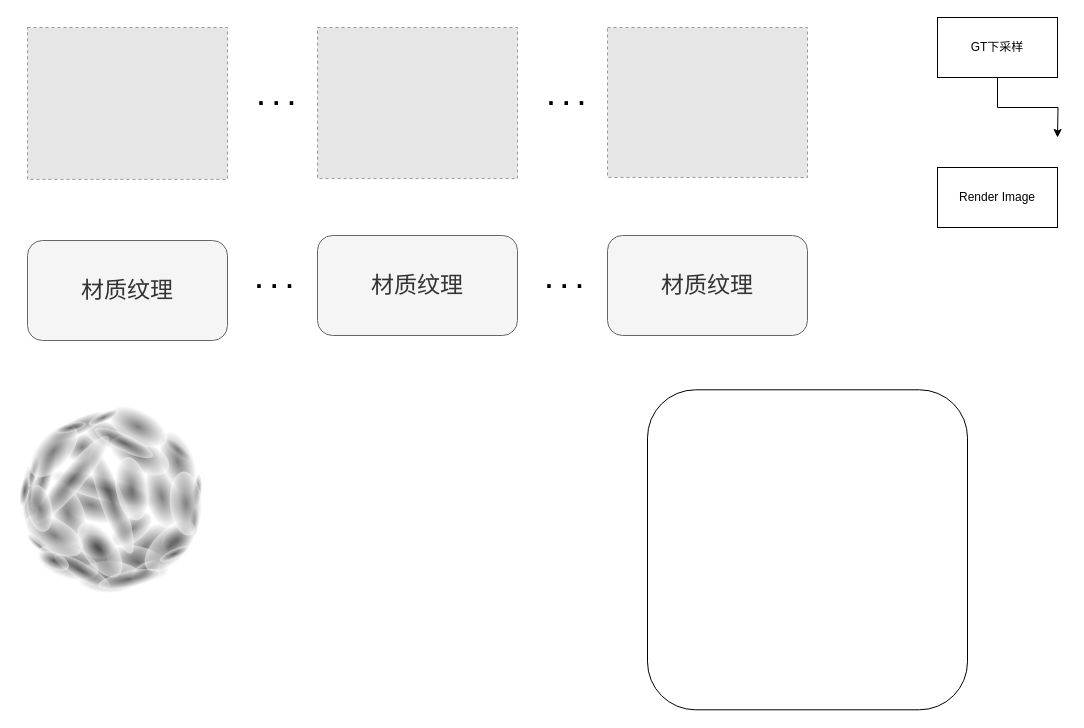
Earlier version of the draw.io diagram mid-term/预训练环境纹理与渐进式训练.drawio (thEu-suisei/draw_io). Source tidied: cells renumbered, new cells numbered last; positions are measured from the earlier drawing's top-left corner, leaving out a move shared by most shapes. Both pictures are drawn from the tidied source at 100%, with x=0, y=0 at pixel (11, 17). Pictures stored in the file or linked from it are replaced by grey dashed boxes.
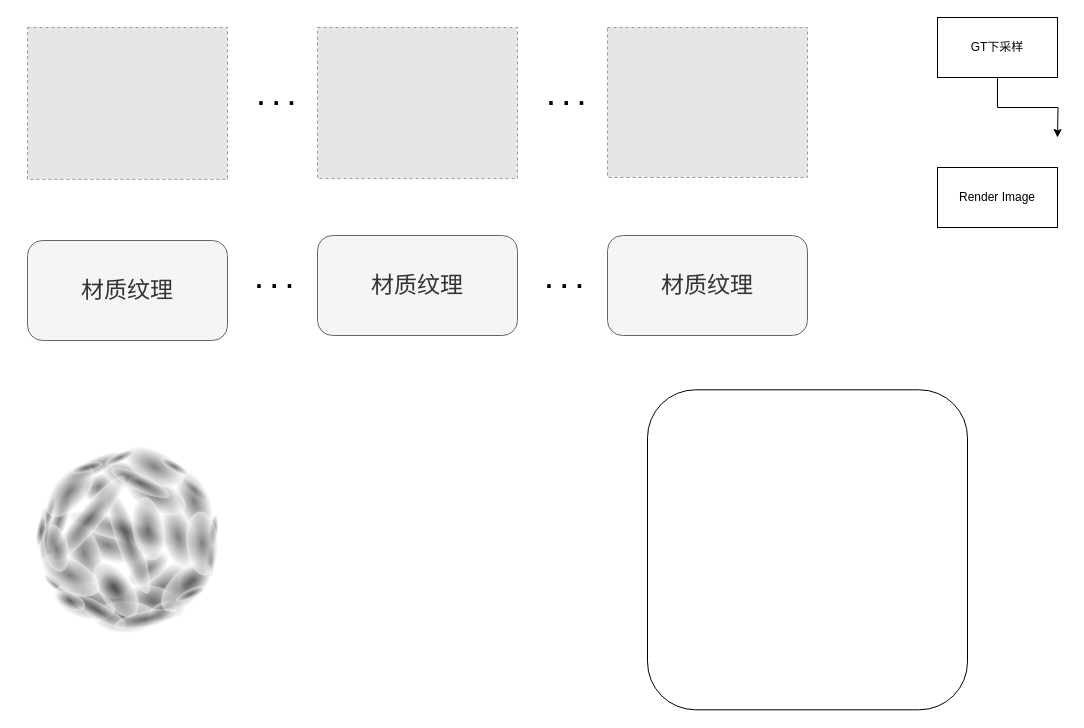
The same page after the edit.

Commit message (it also covers changes not shown here):
更新预训练环境纹理与渐进式训练.drawio

The edit, as a diff of the source:
```diff
@@
+    <mxCell id="59" style="group;" parent="1" vertex="1">
+      <mxGeometry x="22.4" y="420" width="187.1" height="196.5" as="geometry" />
+    </mxCell>
-    <mxCell id="16" style="ellipse;whiteSpace=wrap;html=1;gradientColor=#FFFFFF;gradientDirection=radial;fillColor=#000000;strokeColor=none;rotation=53;opacity=50;" parent="1" vertex="1">
-      <mxGeometry x="118.4" y="496.8" width="32" height="64" as="geometry" />
+    <mxCell id="16" style="ellipse;whiteSpace=wrap;html=1;gradientColor=#FFFFFF;gradientDirection=radial;fillColor=#000000;strokeColor=none;rotation=53;opacity=50;" parent="59" vertex="1">
+      <mxGeometry x="112.4" y="116.8" width="32" height="64" as="geometry" />
     </mxCell>
-    <mxCell id="17" style="ellipse;whiteSpace=wrap;html=1;gradientColor=#FFFFFF;gradientDirection=radial;fillColor=#000000;strokeColor=none;rotation=110;opacity=50;" parent="1" vertex="1">
-      <mxGeometry x="63.6" y="455.5" width="32" height="64" as="geometry" />
+    <mxCell id="17" style="ellipse;whiteSpace=wrap;html=1;gradientColor=#FFFFFF;gradientDirection=radial;fillColor=#000000;strokeColor=none;rotation=110;opacity=50;" parent="59" vertex="1">
+      <mxGeometry x="57.6" y="75.5" width="32" height="64" as="geometry" />
     </mxCell>
-    <mxCell id="18" style="ellipse;whiteSpace=wrap;html=1;gradientColor=#FFFFFF;gradientDirection=radial;fillColor=#000000;strokeColor=none;rotation=105;opacity=50;" parent="1" vertex="1">
-      <mxGeometry x="63.6" y="511.4" width="32" height="64" as="geometry" />
+    <mxCell id="18" style="ellipse;whiteSpace=wrap;html=1;gradientColor=#FFFFFF;gradientDirection=radial;fillColor=#000000;strokeColor=none;rotation=105;opacity=50;" parent="59" vertex="1">
+      <mxGeometry x="57.6" y="131.4" width="32" height="64" as="geometry" />
     </mxCell>
-    <mxCell id="19" style="ellipse;whiteSpace=wrap;html=1;gradientColor=#FFFFFF;gradientDirection=radial;fillColor=#000000;strokeColor=none;rotation=105;opacity=50;" parent="1" vertex="1">
-      <mxGeometry x="110.4" y="513" width="32" height="64" as="geometry" />
+    <mxCell id="19" style="ellipse;whiteSpace=wrap;html=1;gradientColor=#FFFFFF;gradientDirection=radial;fillColor=#000000;strokeColor=none;rotation=105;opacity=50;" parent="59" vertex="1">
+      <mxGeometry x="104.4" y="133" width="32" height="64" as="geometry" />
     </mxCell>
-    <mxCell id="20" style="ellipse;whiteSpace=wrap;html=1;gradientColor=#FFFFFF;gradientDirection=radial;fillColor=#000000;strokeColor=none;rotation=105;opacity=50;" parent="1" vertex="1">
-      <mxGeometry x="81.2" y="415.6" width="23.2" height="112" as="geometry" />
+    <mxCell id="20" style="ellipse;whiteSpace=wrap;html=1;gradientColor=#FFFFFF;gradientDirection=radial;fillColor=#000000;strokeColor=none;rotation=105;opacity=50;" parent="59" vertex="1">
+      <mxGeometry x="75.2" y="35.6" width="23.2" height="112" as="geometry" />
     </mxCell>
-    <mxCell id="21" style="ellipse;whiteSpace=wrap;html=1;gradientColor=#FFFFFF;gradientDirection=radial;fillColor=#000000;strokeColor=none;rotation=53;opacity=50;" parent="1" vertex="1">
-      <mxGeometry x="108" y="487.6" width="24.8" height="48.1" as="geometry" />
+    <mxCell id="21" style="ellipse;whiteSpace=wrap;html=1;gradientColor=#FFFFFF;gradientDirection=radial;fillColor=#000000;strokeColor=none;rotation=53;opacity=50;" parent="59" vertex="1">
+      <mxGeometry x="102" y="107.6" width="24.8" height="48.1" as="geometry" />
     </mxCell>
-    <mxCell id="22" style="ellipse;whiteSpace=wrap;html=1;gradientColor=#FFFFFF;gradientDirection=radial;fillColor=#000000;strokeColor=none;rotation=53;opacity=50;" parent="1" vertex="1">
-      <mxGeometry x="58.4" y="412.4" width="24.2" height="34.4" as="geometry" />
+    <mxCell id="22" style="ellipse;whiteSpace=wrap;html=1;gradientColor=#FFFFFF;gradientDirection=radial;fillColor=#000000;strokeColor=none;rotation=53;opacity=50;" parent="59" vertex="1">
+      <mxGeometry x="52.4" y="32.4" width="24.2" height="34.4" as="geometry" />
     </mxCell>
-    <mxCell id="23" style="ellipse;whiteSpace=wrap;html=1;gradientColor=#FFFFFF;gradientDirection=radial;fillColor=#000000;strokeColor=none;rotation=-90;opacity=50;" parent="1" vertex="1">
-      <mxGeometry x="81.2" y="527.6" width="32" height="64" as="geometry" />
+    <mxCell id="23" style="ellipse;whiteSpace=wrap;html=1;gradientColor=#FFFFFF;gradientDirection=radial;fillColor=#000000;strokeColor=none;rotation=-90;opacity=50;" parent="59" vertex="1">
+      <mxGeometry x="75.2" y="147.6" width="32" height="64" as="geometry" />
     </mxCell>
-    <mxCell id="24" style="ellipse;whiteSpace=wrap;html=1;gradientColor=#FFFFFF;gradientDirection=radial;fillColor=#000000;strokeColor=none;rotation=0;opacity=50;" parent="1" vertex="1">
-      <mxGeometry x="10.4" y="447.4" width="16" height="64" as="geometry" />
+    <mxCell id="24" style="ellipse;whiteSpace=wrap;html=1;gradientColor=#FFFFFF;gradientDirection=radial;fillColor=#000000;strokeColor=none;rotation=0;opacity=50;" parent="59" vertex="1">
+      <mxGeometry x="4.4" y="67.4" width="16" height="64" as="geometry" />
     </mxCell>
-    <mxCell id="25" style="ellipse;whiteSpace=wrap;html=1;gradientColor=#FFFFFF;gradientDirection=radial;fillColor=#000000;strokeColor=none;rotation=60;opacity=50;" parent="1" vertex="1">
-      <mxGeometry x="126.4" y="537.5" width="16" height="32.1" as="geometry" />
+    <mxCell id="25" style="ellipse;whiteSpace=wrap;html=1;gradientColor=#FFFFFF;gradientDirection=radial;fillColor=#000000;strokeColor=none;rotation=60;opacity=50;" parent="59" vertex="1">
+      <mxGeometry x="120.4" y="157.5" width="16" height="32.1" as="geometry" />
     </mxCell>
-    <mxCell id="26" style="ellipse;whiteSpace=wrap;html=1;gradientColor=#FFFFFF;gradientDirection=radial;fillColor=#000000;strokeColor=none;rotation=130;opacity=50;" parent="1" vertex="1">
-      <mxGeometry x="162" y="415.8" width="8.8" height="31.9" as="geometry" />
+    <mxCell id="26" style="ellipse;whiteSpace=wrap;html=1;gradientColor=#FFFFFF;gradientDirection=radial;fillColor=#000000;strokeColor=none;rotation=130;opacity=50;" parent="59" vertex="1">
+      <mxGeometry x="156" y="35.8" width="8.8" height="31.9" as="geometry" />
     </mxCell>
-    <mxCell id="27" style="ellipse;whiteSpace=wrap;html=1;gradientColor=#FFFFFF;gradientDirection=radial;fillColor=#000000;strokeColor=none;rotation=130;opacity=50;" parent="1" vertex="1">
-      <mxGeometry x="23.6" y="511.4" width="8.8" height="31.9" as="geometry" />
+    <mxCell id="27" style="ellipse;whiteSpace=wrap;html=1;gradientColor=#FFFFFF;gradientDirection=radial;fillColor=#000000;strokeColor=none;rotation=130;opacity=50;" parent="59" vertex="1">
+      <mxGeometry x="17.6" y="131.4" width="8.8" height="31.9" as="geometry" />
     </mxCell>
-    <mxCell id="28" style="ellipse;whiteSpace=wrap;html=1;gradientColor=#FFFFFF;gradientDirection=radial;fillColor=#000000;strokeColor=none;rotation=108;opacity=50;" parent="1" vertex="1">
-      <mxGeometry x="40.4" y="512.7" width="32" height="64" as="geometry" />
+    <mxCell id="28" style="ellipse;whiteSpace=wrap;html=1;gradientColor=#FFFFFF;gradientDirection=radial;fillColor=#000000;strokeColor=none;rotation=108;opacity=50;" parent="59" vertex="1">
+      <mxGeometry x="34.4" y="132.7" width="32" height="64" as="geometry" />
     </mxCell>
-    <mxCell id="29" style="ellipse;whiteSpace=wrap;html=1;gradientColor=#FFFFFF;gradientDirection=radial;fillColor=#000000;strokeColor=none;rotation=165;opacity=50;" parent="1" vertex="1">
-      <mxGeometry x="134.4" y="447.4" width="32" height="64" as="geometry" />
+    <mxCell id="29" style="ellipse;whiteSpace=wrap;html=1;gradientColor=#FFFFFF;gradientDirection=radial;fillColor=#000000;strokeColor=none;rotation=165;opacity=50;" parent="59" vertex="1">
+      <mxGeometry x="128.4" y="67.4" width="32" height="64" as="geometry" />
     </mxCell>
-    <mxCell id="30" style="ellipse;whiteSpace=wrap;html=1;gradientColor=#FFFFFF;gradientDirection=radial;fillColor=#000000;strokeColor=none;rotation=160;opacity=50;" parent="1" vertex="1">
-      <mxGeometry x="40.4" y="463.6" width="32" height="64" as="geometry" />
+    <mxCell id="30" style="ellipse;whiteSpace=wrap;html=1;gradientColor=#FFFFFF;gradientDirection=radial;fillColor=#000000;strokeColor=none;rotation=160;opacity=50;" parent="59" vertex="1">
+      <mxGeometry x="34.4" y="83.6" width="32" height="64" as="geometry" />
     </mxCell>
-    <mxCell id="31" style="ellipse;whiteSpace=wrap;html=1;gradientColor=#FFFFFF;gradientDirection=radial;fillColor=#000000;strokeColor=none;rotation=108;opacity=50;" parent="1" vertex="1">
-      <mxGeometry x="-0.4" y="453.8" width="64" height="16.1" as="geometry" />
+    <mxCell id="31" style="ellipse;whiteSpace=wrap;html=1;gradientColor=#FFFFFF;gradientDirection=radial;fillColor=#000000;strokeColor=none;rotation=108;opacity=50;" parent="59" vertex="1">
+      <mxGeometry x="-6.4" y="73.8" width="64" height="16.1" as="geometry" />
     </mxCell>
-    <mxCell id="32" style="ellipse;whiteSpace=wrap;html=1;gradientColor=#FFFFFF;gradientDirection=radial;fillColor=#000000;strokeColor=none;rotation=160;opacity=50;" parent="1" vertex="1">
-      <mxGeometry x="150.4" y="412.4" width="32" height="64" as="geometry" />
+    <mxCell id="32" style="ellipse;whiteSpace=wrap;html=1;gradientColor=#FFFFFF;gradientDirection=radial;fillColor=#000000;strokeColor=none;rotation=160;opacity=50;" parent="59" vertex="1">
+      <mxGeometry x="144.4" y="32.4" width="32" height="64" as="geometry" />
     </mxCell>
-    <mxCell id="33" style="ellipse;whiteSpace=wrap;html=1;gradientColor=#FFFFFF;gradientDirection=radial;fillColor=#000000;strokeColor=none;rotation=160;opacity=50;" parent="1" vertex="1">
-      <mxGeometry x="88.8" y="427.3" width="23.2" height="112" as="geometry" />
+    <mxCell id="33" style="ellipse;whiteSpace=wrap;html=1;gradientColor=#FFFFFF;gradientDirection=radial;fillColor=#000000;strokeColor=none;rotation=160;opacity=50;" parent="59" vertex="1">
+      <mxGeometry x="82.8" y="47.3" width="23.2" height="112" as="geometry" />
     </mxCell>
-    <mxCell id="34" style="ellipse;whiteSpace=wrap;html=1;gradientColor=#FFFFFF;gradientDirection=radial;fillColor=#000000;strokeColor=none;rotation=108;opacity=50;" parent="1" vertex="1">
-      <mxGeometry x="84.8" y="393.3" width="24.8" height="48.1" as="geometry" />
+    <mxCell id="34" style="ellipse;whiteSpace=wrap;html=1;gradientColor=#FFFFFF;gradientDirection=radial;fillColor=#000000;strokeColor=none;rotation=108;opacity=50;" parent="59" vertex="1">
+      <mxGeometry x="78.8" y="13.3" width="24.8" height="48.1" as="geometry" />
     </mxCell>
-    <mxCell id="35" style="ellipse;whiteSpace=wrap;html=1;gradientColor=#FFFFFF;gradientDirection=radial;fillColor=#000000;strokeColor=none;rotation=108;opacity=50;" parent="1" vertex="1">
-      <mxGeometry x="72.4" y="511.4" width="24.2" height="34.4" as="geometry" />
+    <mxCell id="35" style="ellipse;whiteSpace=wrap;html=1;gradientColor=#FFFFFF;gradientDirection=radial;fillColor=#000000;strokeColor=none;rotation=108;opacity=50;" parent="59" vertex="1">
+      <mxGeometry x="66.4" y="131.4" width="24.2" height="34.4" as="geometry" />
     </mxCell>
-    <mxCell id="36" style="ellipse;whiteSpace=wrap;html=1;gradientColor=#FFFFFF;gradientDirection=radial;fillColor=#000000;strokeColor=none;rotation=-35;opacity=50;" parent="1" vertex="1">
-      <mxGeometry x="72.4" y="500.3" width="32" height="64" as="geometry" />
+    <mxCell id="36" style="ellipse;whiteSpace=wrap;html=1;gradientColor=#FFFFFF;gradientDirection=radial;fillColor=#000000;strokeColor=none;rotation=-35;opacity=50;" parent="59" vertex="1">
+      <mxGeometry x="66.4" y="120.3" width="32" height="64" as="geometry" />
     </mxCell>
-    <mxCell id="37" style="ellipse;whiteSpace=wrap;html=1;gradientColor=#FFFFFF;gradientDirection=radial;fillColor=#000000;strokeColor=none;rotation=-60;opacity=50;" parent="1" vertex="1">
-      <mxGeometry x="62.5" y="521.6" width="16" height="64" as="geometry" />
+    <mxCell id="37" style="ellipse;whiteSpace=wrap;html=1;gradientColor=#FFFFFF;gradientDirection=radial;fillColor=#000000;strokeColor=none;rotation=-60;opacity=50;" parent="59" vertex="1">
+      <mxGeometry x="56.5" y="141.6" width="16" height="64" as="geometry" />
     </mxCell>
-    <mxCell id="38" style="ellipse;whiteSpace=wrap;html=1;gradientColor=#FFFFFF;gradientDirection=radial;fillColor=#000000;strokeColor=none;rotation=115;opacity=50;" parent="1" vertex="1">
-      <mxGeometry x="34.4" y="527.3" width="16" height="32.1" as="geometry" />
+    <mxCell id="38" style="ellipse;whiteSpace=wrap;html=1;gradientColor=#FFFFFF;gradientDirection=radial;fillColor=#000000;strokeColor=none;rotation=115;opacity=50;" parent="59" vertex="1">
+      <mxGeometry x="28.4" y="147.3" width="16" height="32.1" as="geometry" />
     </mxCell>
-    <mxCell id="39" style="ellipse;whiteSpace=wrap;html=1;gradientColor=#FFFFFF;gradientDirection=radial;fillColor=#000000;strokeColor=none;rotation=185;opacity=50;" parent="1" vertex="1">
-      <mxGeometry x="178.5" y="488.6" width="8.8" height="31.9" as="geometry" />
+    <mxCell id="39" style="ellipse;whiteSpace=wrap;html=1;gradientColor=#FFFFFF;gradientDirection=radial;fillColor=#000000;strokeColor=none;rotation=185;opacity=50;" parent="59" vertex="1">
+      <mxGeometry x="172.5" y="108.6" width="8.8" height="31.9" as="geometry" />
     </mxCell>
-    <mxCell id="40" style="ellipse;whiteSpace=wrap;html=1;gradientColor=#FFFFFF;gradientDirection=radial;fillColor=#000000;strokeColor=none;rotation=185;opacity=50;" parent="1" vertex="1">
-      <mxGeometry x="181.6" y="456.5" width="8.8" height="31.9" as="geometry" />
+    <mxCell id="40" style="ellipse;whiteSpace=wrap;html=1;gradientColor=#FFFFFF;gradientDirection=radial;fillColor=#000000;strokeColor=none;rotation=185;opacity=50;" parent="59" vertex="1">
+      <mxGeometry x="175.6" y="76.5" width="8.8" height="31.9" as="geometry" />
     </mxCell>
-    <mxCell id="41" style="ellipse;whiteSpace=wrap;html=1;gradientColor=#FFFFFF;gradientDirection=radial;fillColor=#000000;strokeColor=none;rotation=-60;opacity=50;" parent="1" vertex="1">
-      <mxGeometry x="26.4" y="485.8" width="32" height="64" as="geometry" />
+    <mxCell id="41" style="ellipse;whiteSpace=wrap;html=1;gradientColor=#FFFFFF;gradientDirection=radial;fillColor=#000000;strokeColor=none;rotation=-60;opacity=50;" parent="59" vertex="1">
+      <mxGeometry x="20.4" y="105.8" width="32" height="64" as="geometry" />
     </mxCell>
-    <mxCell id="42" style="ellipse;whiteSpace=wrap;html=1;gradientColor=#FFFFFF;gradientDirection=radial;fillColor=#000000;strokeColor=none;rotation=-65;opacity=50;" parent="1" vertex="1">
-      <mxGeometry x="112" y="406" width="32" height="64" as="geometry" />
+    <mxCell id="42" style="ellipse;whiteSpace=wrap;html=1;gradientColor=#FFFFFF;gradientDirection=radial;fillColor=#000000;strokeColor=none;rotation=-65;opacity=50;" parent="59" vertex="1">
+      <mxGeometry x="106" y="26" width="32" height="64" as="geometry" />
     </mxCell>
-    <mxCell id="43" style="ellipse;whiteSpace=wrap;html=1;gradientColor=#FFFFFF;gradientDirection=radial;fillColor=#000000;strokeColor=none;rotation=-117;opacity=50;" parent="1" vertex="1">
-      <mxGeometry x="154.3" y="504.9" width="24.2" height="34.4" as="geometry" />
+    <mxCell id="43" style="ellipse;whiteSpace=wrap;html=1;gradientColor=#FFFFFF;gradientDirection=radial;fillColor=#000000;strokeColor=none;rotation=-117;opacity=50;" parent="59" vertex="1">
+      <mxGeometry x="148.3" y="124.9" width="24.2" height="34.4" as="geometry" />
     </mxCell>
-    <mxCell id="44" style="ellipse;whiteSpace=wrap;html=1;gradientColor=#FFFFFF;gradientDirection=radial;fillColor=#000000;strokeColor=none;rotation=-62;opacity=50;" parent="1" vertex="1">
-      <mxGeometry x="110.4" y="377.2" width="32" height="64" as="geometry" />
+    <mxCell id="44" style="ellipse;whiteSpace=wrap;html=1;gradientColor=#FFFFFF;gradientDirection=radial;fillColor=#000000;strokeColor=none;rotation=-62;opacity=50;" parent="59" vertex="1">
+      <mxGeometry x="104.4" y="-2.8" width="32" height="64" as="geometry" />
     </mxCell>
-    <mxCell id="45" style="ellipse;whiteSpace=wrap;html=1;gradientColor=#FFFFFF;gradientDirection=radial;fillColor=#000000;strokeColor=none;rotation=-10;opacity=50;" parent="1" vertex="1">
-      <mxGeometry x="104.4" y="439.2" width="32" height="64" as="geometry" />
+    <mxCell id="45" style="ellipse;whiteSpace=wrap;html=1;gradientColor=#FFFFFF;gradientDirection=radial;fillColor=#000000;strokeColor=none;rotation=-10;opacity=50;" parent="59" vertex="1">
+      <mxGeometry x="98.4" y="59.2" width="32" height="64" as="geometry" />
     </mxCell>
-    <mxCell id="46" style="ellipse;whiteSpace=wrap;html=1;gradientColor=#FFFFFF;gradientDirection=radial;fillColor=#000000;strokeColor=none;rotation=-115;opacity=50;" parent="1" vertex="1">
-      <mxGeometry x="58.4" y="377.2" width="16" height="64" as="geometry" />
+    <mxCell id="46" style="ellipse;whiteSpace=wrap;html=1;gradientColor=#FFFFFF;gradientDirection=radial;fillColor=#000000;strokeColor=none;rotation=-115;opacity=50;" parent="59" vertex="1">
+      <mxGeometry x="52.4" y="-2.8" width="16" height="64" as="geometry" />
     </mxCell>
-    <mxCell id="47" style="ellipse;whiteSpace=wrap;html=1;gradientColor=#FFFFFF;gradientDirection=radial;fillColor=#000000;strokeColor=none;rotation=15;opacity=50;" parent="1" vertex="1">
-      <mxGeometry x="17.5" y="438.1" width="8.8" height="31.9" as="geometry" />
+    <mxCell id="47" style="ellipse;whiteSpace=wrap;html=1;gradientColor=#FFFFFF;gradientDirection=radial;fillColor=#000000;strokeColor=none;rotation=15;opacity=50;" parent="59" vertex="1">
+      <mxGeometry x="11.5" y="58.1" width="8.8" height="31.9" as="geometry" />
     </mxCell>
-    <mxCell id="48" style="ellipse;whiteSpace=wrap;html=1;gradientColor=#FFFFFF;gradientDirection=radial;fillColor=#000000;strokeColor=none;rotation=10;opacity=50;" parent="1" vertex="1">
-      <mxGeometry x="8.7" y="457.3" width="8.8" height="31.9" as="geometry" />
+    <mxCell id="48" style="ellipse;whiteSpace=wrap;html=1;gradientColor=#FFFFFF;gradientDirection=radial;fillColor=#000000;strokeColor=none;rotation=10;opacity=50;" parent="59" vertex="1">
+      <mxGeometry x="2.7" y="77.3" width="8.8" height="31.9" as="geometry" />
     </mxCell>
-    <mxCell id="49" style="ellipse;whiteSpace=wrap;html=1;gradientColor=#FFFFFF;gradientDirection=radial;fillColor=#000000;strokeColor=none;rotation=45;opacity=50;" parent="1" vertex="1">
-      <mxGeometry x="142.4" y="497" width="32" height="64" as="geometry" />
+    <mxCell id="49" style="ellipse;whiteSpace=wrap;html=1;gradientColor=#FFFFFF;gradientDirection=radial;fillColor=#000000;strokeColor=none;rotation=45;opacity=50;" parent="59" vertex="1">
+      <mxGeometry x="136.4" y="117" width="32" height="64" as="geometry" />
     </mxCell>
-    <mxCell id="50" style="ellipse;whiteSpace=wrap;html=1;gradientColor=#FFFFFF;gradientDirection=radial;fillColor=#000000;strokeColor=none;rotation=40;opacity=50;" parent="1" vertex="1">
-      <mxGeometry x="26.4" y="401.2" width="32" height="64" as="geometry" />
+    <mxCell id="50" style="ellipse;whiteSpace=wrap;html=1;gradientColor=#FFFFFF;gradientDirection=radial;fillColor=#000000;strokeColor=none;rotation=40;opacity=50;" parent="59" vertex="1">
+      <mxGeometry x="20.4" y="21.2" width="32" height="64" as="geometry" />
     </mxCell>
-    <mxCell id="51" style="ellipse;whiteSpace=wrap;html=1;gradientColor=#FFFFFF;gradientDirection=radial;fillColor=#000000;strokeColor=none;rotation=-12;opacity=50;" parent="1" vertex="1">
-      <mxGeometry x="86.2" y="553.5" width="64" height="16.1" as="geometry" />
+    <mxCell id="51" style="ellipse;whiteSpace=wrap;html=1;gradientColor=#FFFFFF;gradientDirection=radial;fillColor=#000000;strokeColor=none;rotation=-12;opacity=50;" parent="59" vertex="1">
+      <mxGeometry x="80.2" y="173.5" width="64" height="16.1" as="geometry" />
     </mxCell>
-    <mxCell id="52" style="ellipse;whiteSpace=wrap;html=1;gradientColor=#FFFFFF;gradientDirection=radial;fillColor=#000000;strokeColor=none;rotation=40;opacity=50;" parent="1" vertex="1">
-      <mxGeometry x="49.2" y="405.9" width="23.2" height="112" as="geometry" />
+    <mxCell id="52" style="ellipse;whiteSpace=wrap;html=1;gradientColor=#FFFFFF;gradientDirection=radial;fillColor=#000000;strokeColor=none;rotation=40;opacity=50;" parent="59" vertex="1">
+      <mxGeometry x="43.2" y="25.9" width="23.2" height="112" as="geometry" />
     </mxCell>
-    <mxCell id="53" style="ellipse;whiteSpace=wrap;html=1;gradientColor=#FFFFFF;gradientDirection=radial;fillColor=#000000;strokeColor=none;rotation=-12;opacity=50;" parent="1" vertex="1">
-      <mxGeometry x="15.6" y="466.6" width="24.8" height="48.1" as="geometry" />
+    <mxCell id="53" style="ellipse;whiteSpace=wrap;html=1;gradientColor=#FFFFFF;gradientDirection=radial;fillColor=#000000;strokeColor=none;rotation=-12;opacity=50;" parent="59" vertex="1">
+      <mxGeometry x="9.6" y="86.6" width="24.8" height="48.1" as="geometry" />
     </mxCell>
-    <mxCell id="54" style="ellipse;whiteSpace=wrap;html=1;gradientColor=#FFFFFF;gradientDirection=radial;fillColor=#000000;strokeColor=none;rotation=-65;opacity=50;" parent="1" vertex="1">
-      <mxGeometry x="104.4" y="393.3" width="16" height="64" as="geometry" />
+    <mxCell id="54" style="ellipse;whiteSpace=wrap;html=1;gradientColor=#FFFFFF;gradientDirection=radial;fillColor=#000000;strokeColor=none;rotation=-65;opacity=50;" parent="59" vertex="1">
+      <mxGeometry x="98.4" y="13.3" width="16" height="64" as="geometry" />
     </mxCell>
-    <mxCell id="55" style="ellipse;whiteSpace=wrap;html=1;gradientColor=#FFFFFF;gradientDirection=radial;fillColor=#000000;strokeColor=none;rotation=65;opacity=50;" parent="1" vertex="1">
-      <mxGeometry x="158.4" y="520.5" width="8.8" height="31.9" as="geometry" />
+    <mxCell id="55" style="ellipse;whiteSpace=wrap;html=1;gradientColor=#FFFFFF;gradientDirection=radial;fillColor=#000000;strokeColor=none;rotation=65;opacity=50;" parent="59" vertex="1">
+      <mxGeometry x="152.4" y="140.5" width="8.8" height="31.9" as="geometry" />
     </mxCell>
-    <mxCell id="56" style="ellipse;whiteSpace=wrap;html=1;gradientColor=#FFFFFF;gradientDirection=radial;fillColor=#000000;strokeColor=none;rotation=65;opacity=50;" parent="1" vertex="1">
-      <mxGeometry x="87.8" y="384" width="8.8" height="31.9" as="geometry" />
+    <mxCell id="56" style="ellipse;whiteSpace=wrap;html=1;gradientColor=#FFFFFF;gradientDirection=radial;fillColor=#000000;strokeColor=none;rotation=65;opacity=50;" parent="59" vertex="1">
+      <mxGeometry x="81.8" y="4" width="8.8" height="31.9" as="geometry" />
     </mxCell>
-    <mxCell id="57" style="ellipse;whiteSpace=wrap;html=1;gradientColor=#FFFFFF;gradientDirection=radial;fillColor=#000000;strokeColor=none;rotation=-185;opacity=50;" parent="1" vertex="1">
-      <mxGeometry x="158.4" y="454" width="32" height="64" as="geometry" />
+    <mxCell id="57" style="ellipse;whiteSpace=wrap;html=1;gradientColor=#FFFFFF;gradientDirection=radial;fillColor=#000000;strokeColor=none;rotation=-185;opacity=50;" parent="59" vertex="1">
+      <mxGeometry x="152.4" y="74" width="32" height="64" as="geometry" />
     </mxCell>
-    <mxCell id="58" style="ellipse;whiteSpace=wrap;html=1;gradientColor=#FFFFFF;gradientDirection=radial;fillColor=#000000;strokeColor=none;rotation=-105;opacity=50;" parent="1" vertex="1">
-      <mxGeometry x="54.8" y="394.1" width="8.8" height="31.9" as="geometry" />
+    <mxCell id="58" style="ellipse;whiteSpace=wrap;html=1;gradientColor=#FFFFFF;gradientDirection=radial;fillColor=#000000;strokeColor=none;rotation=-105;opacity=50;" parent="59" vertex="1">
+      <mxGeometry x="48.8" y="14.1" width="8.8" height="31.9" as="geometry" />
     </mxCell>
+    <mxCell id="60" style="ellipse;whiteSpace=wrap;html=1;gradientColor=#FFFFFF;gradientDirection=radial;fillColor=#000000;strokeColor=none;rotation=120;opacity=50;" parent="59" vertex="1">
+      <mxGeometry x="136.4" y="13.2" width="8.8" height="31.9" as="geometry" />
+    </mxCell>
```
